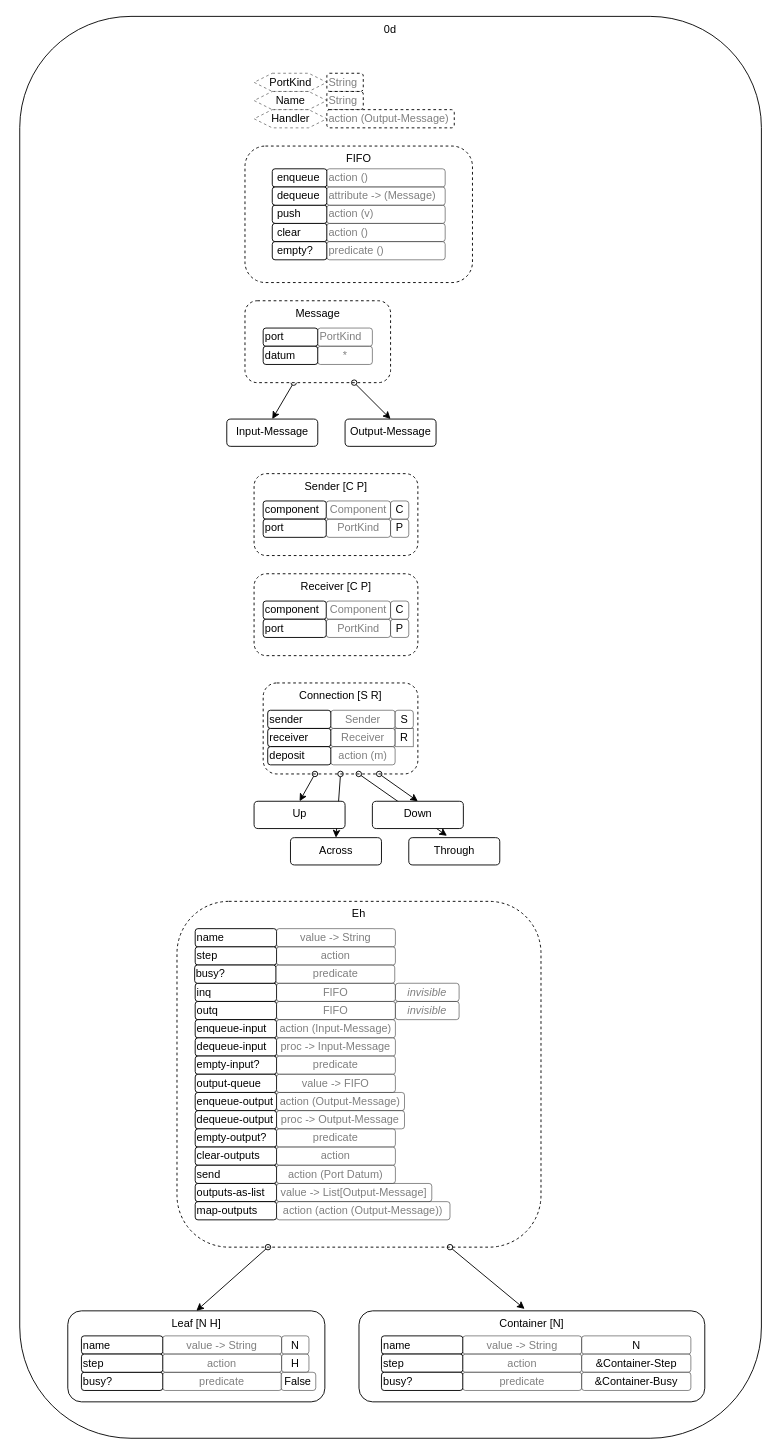
guitarvydas/rt0d keeps this draw.io diagram as 0d.drawio. Above is the earlier version. Source tidied: cells renumbered, new cells numbered last; positions are measured from the earlier drawing's top-left corner, leaving out a move shared by most shapes. Both pictures are drawn from the tidied source at 91%, with x=0, y=0 at pixel (15, 16).
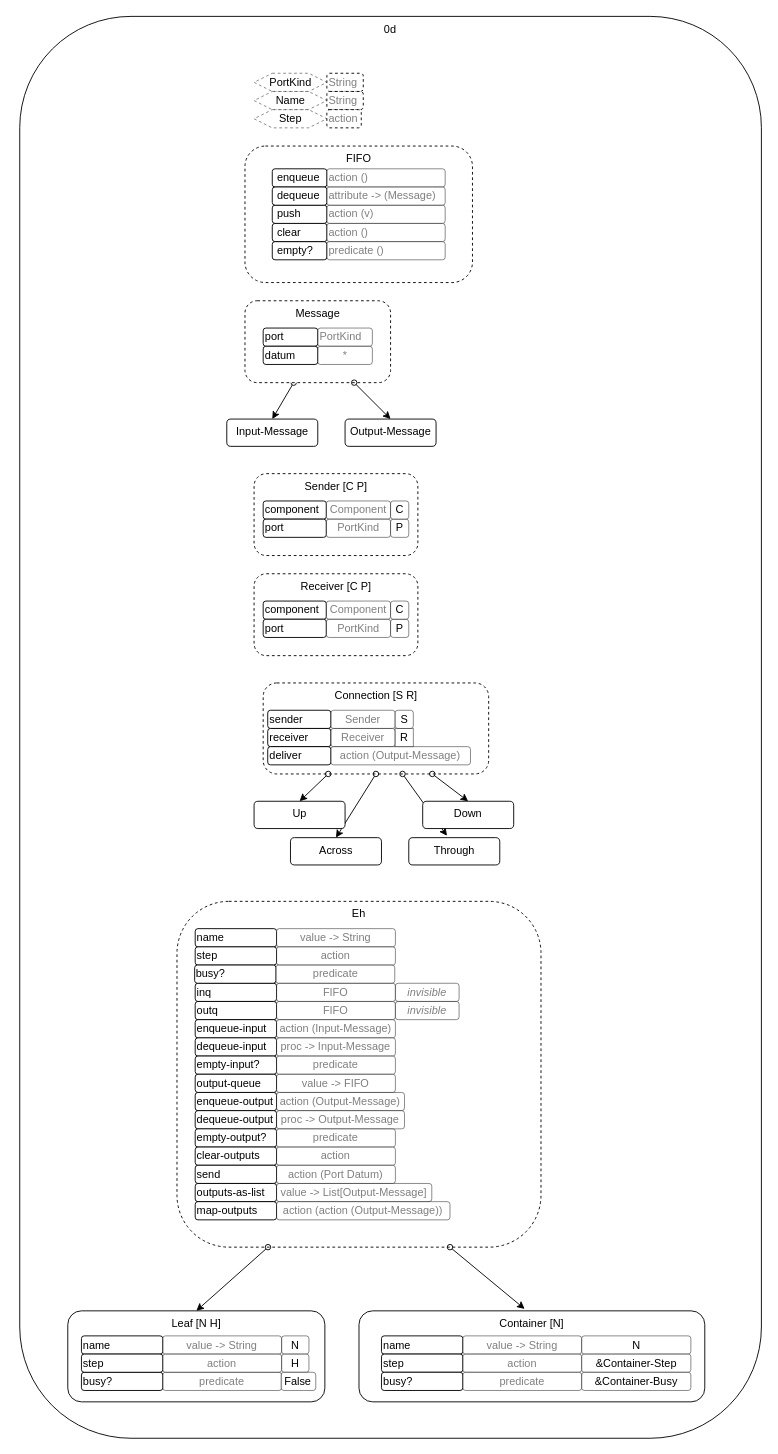
Above is the later version.

Unchanged cells that the change refers to:
```xml
<mxCell id="2" style="group;" parent="1" vertex="1">
  <mxGeometry x="0.5" y="2" width="819.7" height="1560" as="geometry" />
</mxCell>
```

What changed in the source:
```diff
@@
     <mxCell id="7" value="Connection [S R]" style="rounded=1;whiteSpace=wrap;html=1;align=center;dashed=1;verticalAlign=top;" parent="2" vertex="1">
-      <mxGeometry x="272.2" y="730" width="170" height="100" as="geometry" />
+      <mxGeometry x="272.2" y="730" width="247.8" height="100" as="geometry" />
     </mxCell>
@@
     <mxCell id="14" value="Down" style="rounded=1;whiteSpace=wrap;html=1;align=center;verticalAlign=top;" parent="2" vertex="1">
-      <mxGeometry x="392.2" y="860" width="100" height="30" as="geometry" />
+      <mxGeometry x="447.5" y="860" width="100" height="30" as="geometry" />
     </mxCell>
@@
-    <mxCell id="25" value="action (Output-Message)" style="rounded=1;whiteSpace=wrap;html=1;dashed=1;align=left;textOpacity=50;" parent="2" vertex="1">
-      <mxGeometry x="342.2" y="100" width="140" height="20" as="geometry" />
+    <mxCell id="25" value="action" style="rounded=1;whiteSpace=wrap;html=1;dashed=1;align=left;textOpacity=50;" parent="2" vertex="1">
+      <mxGeometry x="342.2" y="100" width="37.8" height="20" as="geometry" />
     </mxCell>
@@
-    <mxCell id="28" value="Handler" style="shape=hexagon;perimeter=hexagonPerimeter2;whiteSpace=wrap;html=1;fixedSize=1;strokeColor=#000000;opacity=50;align=center;dashed=1;" parent="2" vertex="1">
+    <mxCell id="28" value="Step" style="shape=hexagon;perimeter=hexagonPerimeter2;whiteSpace=wrap;html=1;fixedSize=1;strokeColor=#000000;opacity=50;align=center;dashed=1;" parent="2" vertex="1">
       <mxGeometry x="262.2" y="100" width="80" height="20" as="geometry" />
     </mxCell>
@@
-    <mxCell id="63" value="&lt;div&gt;&lt;span&gt;deposit&lt;/span&gt;&lt;/div&gt;" style="rounded=1;whiteSpace=wrap;html=1;align=left;" parent="2" vertex="1">
+    <mxCell id="63" value="&lt;div&gt;&lt;span&gt;deliver&lt;/span&gt;&lt;/div&gt;" style="rounded=1;whiteSpace=wrap;html=1;align=left;" parent="2" vertex="1">
       <mxGeometry x="277.2" y="800" width="69.4" height="20" as="geometry" />
     </mxCell>
-    <mxCell id="64" value="&lt;div&gt;&lt;span&gt;action (m)&lt;/span&gt;&lt;/div&gt;" style="rounded=1;whiteSpace=wrap;html=1;align=center;opacity=50;textOpacity=50;" parent="2" vertex="1">
-      <mxGeometry x="346.6" y="800" width="70.6" height="20" as="geometry" />
+    <mxCell id="64" value="&lt;div&gt;&lt;span&gt;action (Output-Message)&lt;/span&gt;&lt;/div&gt;" style="rounded=1;whiteSpace=wrap;html=1;align=center;opacity=50;textOpacity=50;" parent="2" vertex="1">
+      <mxGeometry x="346.6" y="800" width="153.4" height="20" as="geometry" />
     </mxCell>
```
